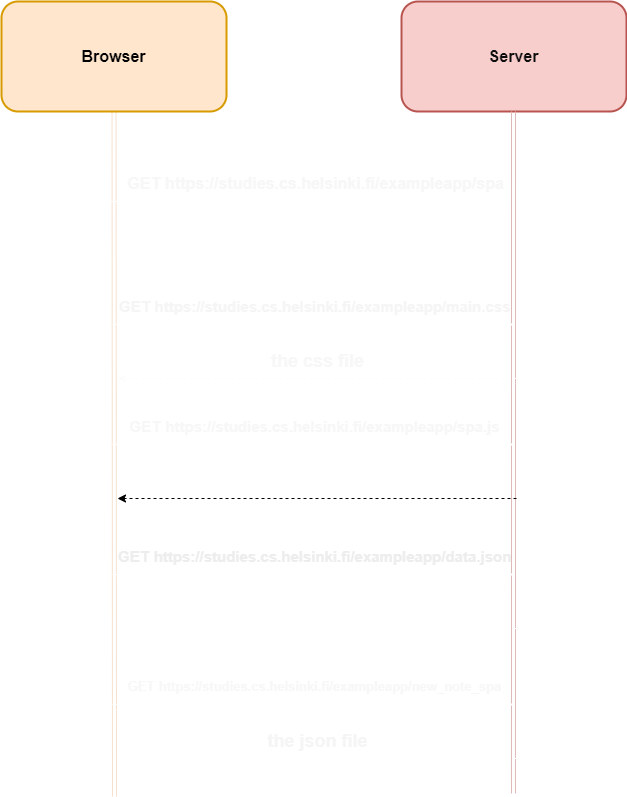
Before: Part0/0.6.drawio.png, a diagram exported from draw.io (AHenrikes/Full-Stack). Source tidied: cells renumbered, new cells last; positions are measured from the earlier drawing's top-left corner, leaving out a move shared by most shapes.
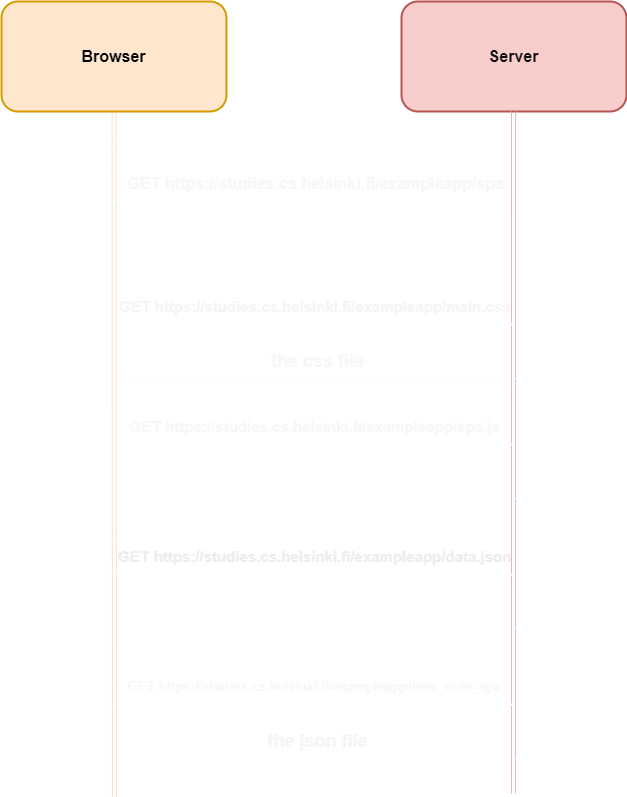
Above is the later version.

Commit message:
visibal in darkmode

The edit, as a diff of the source:
```diff
@@ -68,7 +68,7 @@
     <mxCell id="16" value="&lt;table cellpadding=&quot;0&quot; cellspacing=&quot;0&quot; aria-activedescendant=&quot;/GET&quot; aria-label=&quot;&quot; tabindex=&quot;0&quot; role=&quot;tree&quot; class=&quot;treeTable&quot; style=&quot;font-size: 15px;&quot;&gt;&lt;tbody tabindex=&quot;-1&quot; role=&quot;presentation&quot; style=&quot;font-size: 15px;&quot;&gt;&lt;tr class=&quot;treeRow objectRow hasChildren&quot; aria-expanded=&quot;false&quot; aria-selected=&quot;false&quot; aria-level=&quot;1&quot; role=&quot;treeitem&quot; id=&quot;/GET&quot; style=&quot;font-size: 15px;&quot;&gt;&lt;td role=&quot;presentation&quot; style=&quot;--tree-label-cell-indent: 0px; font-size: 15px;&quot; class=&quot;treeLabelCell&quot;&gt;GET&amp;nbsp;&lt;/td&gt;&lt;td role=&quot;presentation&quot; class=&quot;treeValueCell objectCell&quot; style=&quot;font-size: 15px;&quot;&gt;https://studies.cs.helsinki.fi/exampleapp/spa.js&lt;/td&gt;&lt;/tr&gt;&lt;/tbody&gt;&lt;/table&gt;" style="text;html=1;align=center;verticalAlign=middle;strokeColor=none;fillColor=none;fontSize=15;fontColor=#F7F7F7;fontStyle=1;" parent="1" vertex="1">
       <mxGeometry x="118" y="410" width="390" height="30" as="geometry" />
     </mxCell>
-    <mxCell id="17" style="edgeStyle=none;html=1;fontSize=16;fontColor=#FFFFFF;dashed=1;" parent="1" edge="1">
+    <mxCell id="17" style="edgeStyle=none;html=1;fontSize=16;fontColor=#FFFFFF;dashed=1;strokeColor=#FFFFFF;" parent="1" edge="1">
       <mxGeometry relative="1" as="geometry">
         <mxPoint x="515" y="497" as="sourcePoint" />
         <mxPoint x="116" y="497" as="targetPoint" />
```
